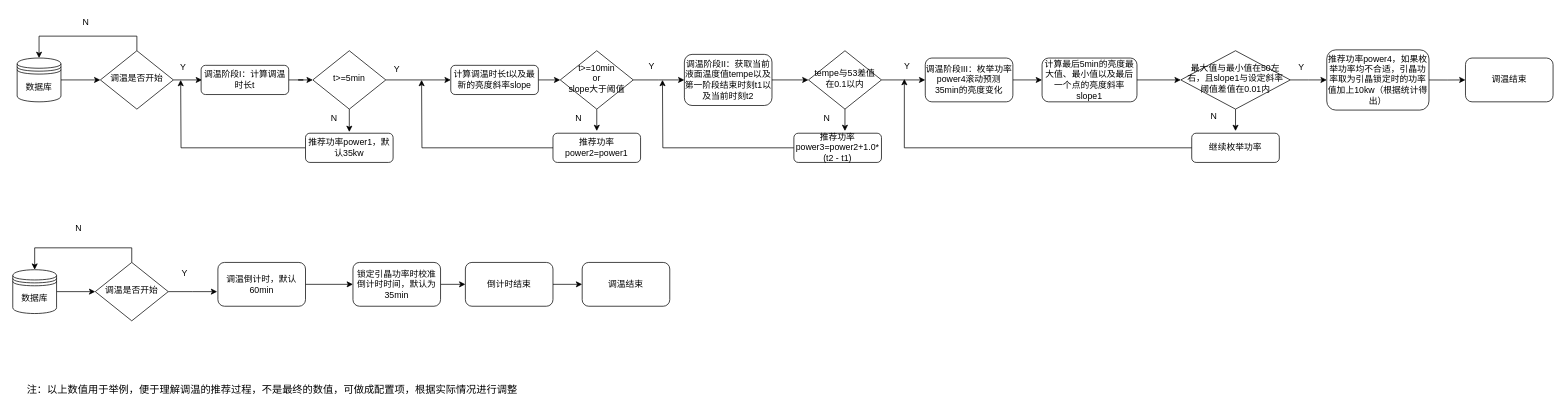
Before: 调温阶段功率推荐.drawio in ykchasingwind/2019iFLYTEK_MachineryLife_Baseline, a draw.io diagram. Source tidied: cells renumbered, new cells numbered last; positions are measured from the earlier drawing's top-left corner, leaving out a move shared by most shapes. Both pictures are drawn from the tidied source at 73%, with x=0, y=0 at pixel (12, 12).
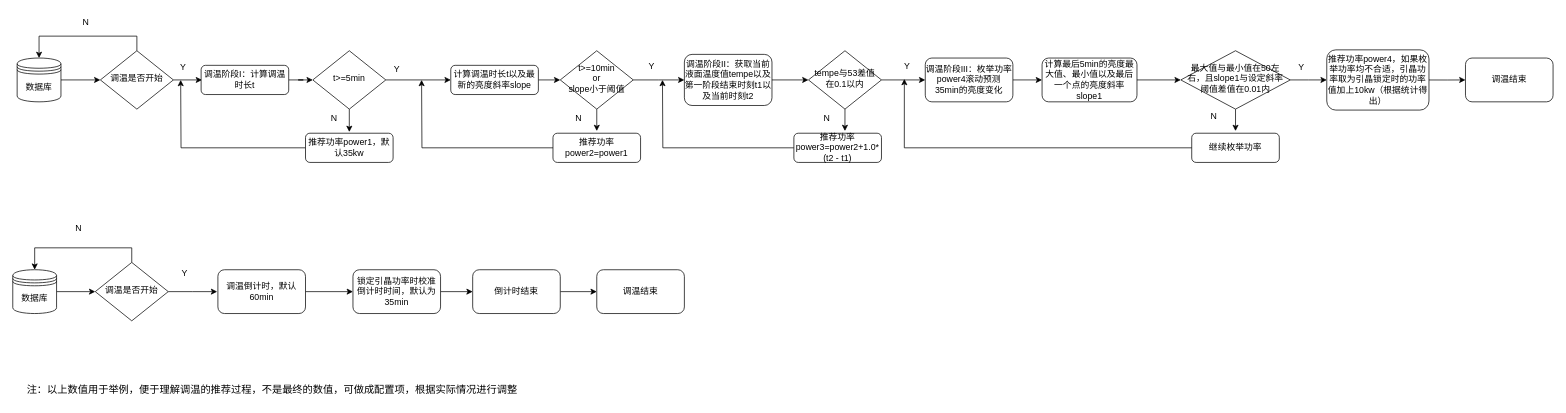
After the change.

Commit message (it also covers changes not shown here):
更新调温阶段功率推荐.drawio

Change to the diagram source:
```diff
@@
-    <mxCell id="20" value="t&amp;gt;=10min&lt;br&gt;or&lt;br&gt;slope大于阈值" style="rhombus;whiteSpace=wrap;html=1;shadow=0;fontFamily=Helvetica;fontSize=12;align=center;strokeWidth=1;spacing=6;spacingTop=-4;labelBackgroundColor=none;" parent="1" vertex="1">
+    <mxCell id="20" value="t&amp;gt;=10min&lt;br&gt;or&lt;br&gt;slope小于阈值" style="rhombus;whiteSpace=wrap;html=1;shadow=0;fontFamily=Helvetica;fontSize=12;align=center;strokeWidth=1;spacing=6;spacingTop=-4;labelBackgroundColor=none;" parent="1" vertex="1">
       <mxGeometry x="750" y="52" width="100" height="80" as="geometry" />
     </mxCell>
@@
     <mxCell id="56" value="调温倒计时，默认60min" style="rounded=1;whiteSpace=wrap;html=1;fontSize=12;glass=0;strokeWidth=1;shadow=0;labelBackgroundColor=none;" parent="1" vertex="1">
-      <mxGeometry x="281" y="342" width="120" height="60" as="geometry" />
+      <mxGeometry x="281" y="352" width="120" height="60" as="geometry" />
     </mxCell>
@@
     <mxCell id="58" value="锁定引晶功率时校准倒计时时间，默认为35min" style="rounded=1;whiteSpace=wrap;html=1;fontSize=12;glass=0;strokeWidth=1;shadow=0;labelBackgroundColor=none;" parent="1" vertex="1">
-      <mxGeometry x="466" y="342" width="120" height="60" as="geometry" />
+      <mxGeometry x="466" y="352" width="120" height="60" as="geometry" />
     </mxCell>
@@
     <mxCell id="60" value="倒计时结束" style="rounded=1;whiteSpace=wrap;html=1;fontSize=12;glass=0;strokeWidth=1;shadow=0;labelBackgroundColor=none;" parent="1" vertex="1">
-      <mxGeometry x="620" y="342" width="120" height="60" as="geometry" />
+      <mxGeometry x="630" y="352" width="120" height="60" as="geometry" />
     </mxCell>
     <mxCell id="61" value="调温结束" style="rounded=1;whiteSpace=wrap;html=1;fontSize=12;glass=0;strokeWidth=1;shadow=0;labelBackgroundColor=none;" parent="1" vertex="1">
-      <mxGeometry x="780" y="342" width="120" height="60" as="geometry" />
+      <mxGeometry x="800" y="352" width="120" height="60" as="geometry" />
     </mxCell>
```
